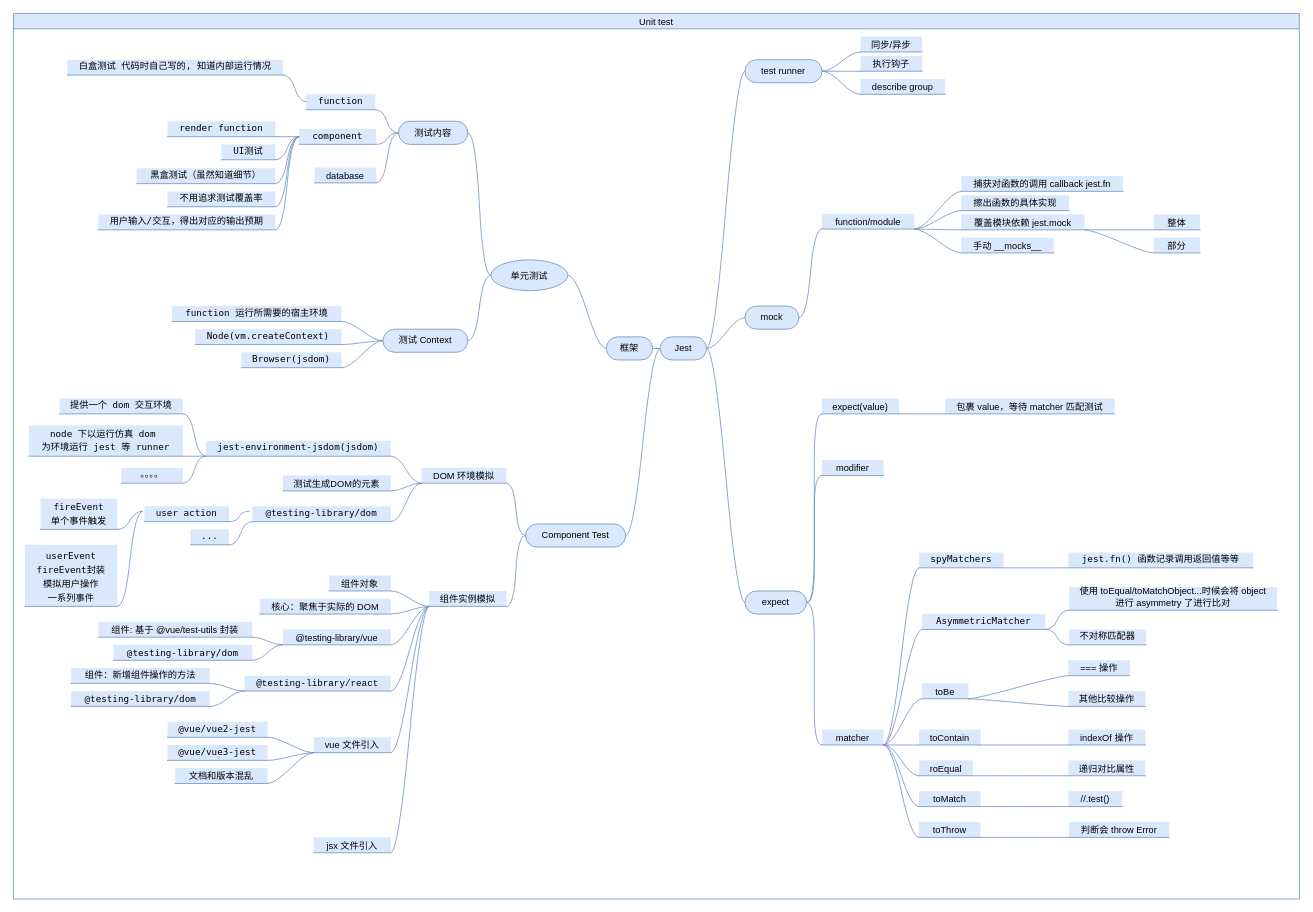
Before: page "unit test" (2 of 4) of code-test/test.drawio in NiLinli/learn-web, a draw.io diagram. Source tidied: cells renumbered, new cells numbered last; positions are measured from the earlier drawing's top-left corner, leaving out a move shared by most shapes. Both pictures are drawn from the tidied source at 77%, with x=0, y=0 at pixel (13, 13).
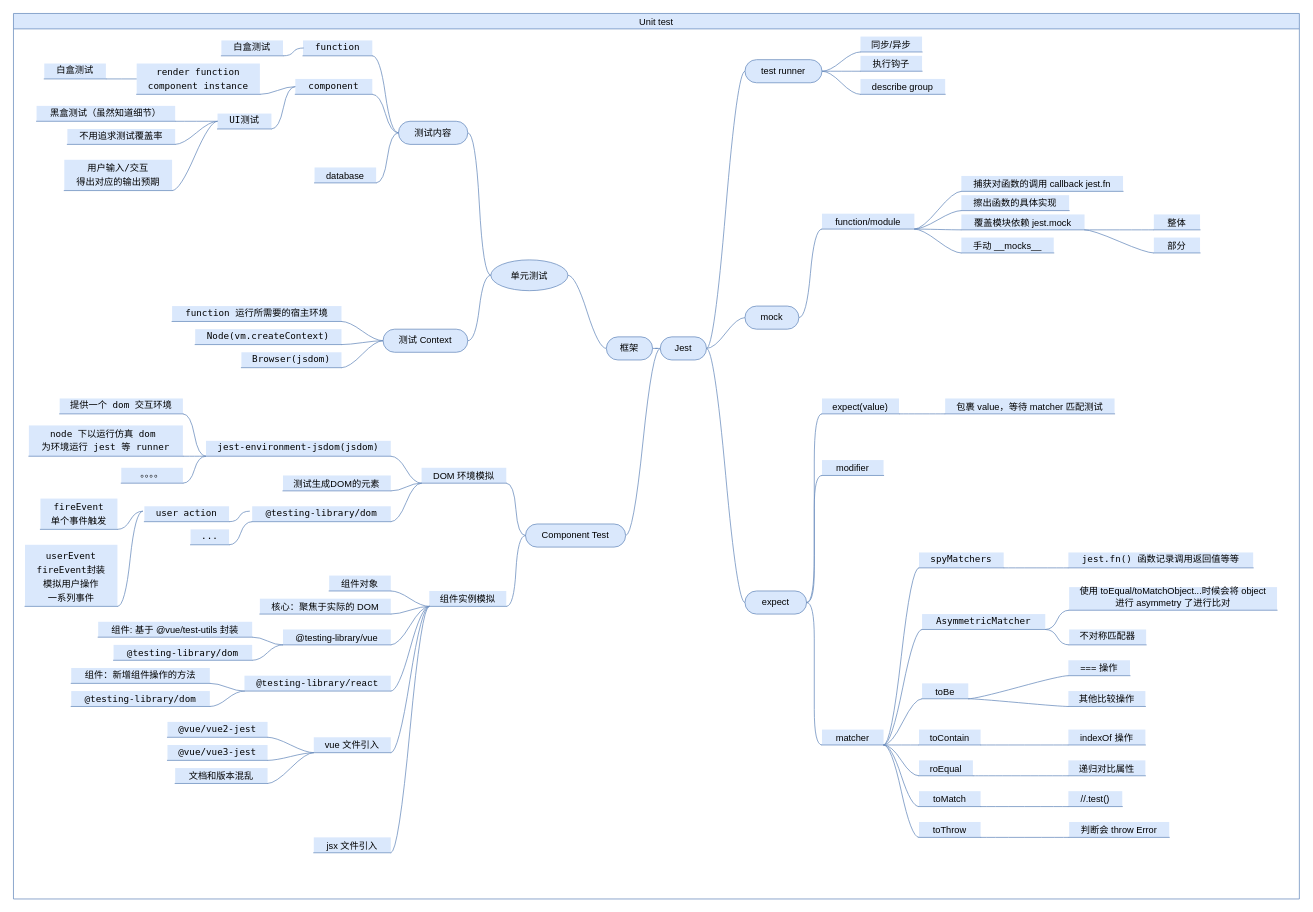
Above is the later version.

Unchanged cells that the change refers to:
```xml
<mxCell id="2" value="Unit test" style="swimlane;startSize=20;horizontal=1;containerType=tree;fillColor=#dae8fc;strokeColor=#6c8ebf;labelBackgroundColor=none;fontStyle=0;fontSize=12;fontColor=default;" parent="1" vertex="1">
  <mxGeometry width="1670" height="1150" as="geometry" />
</mxCell>
```

The edit, as a diff of the source:
```diff
@@
     <mxCell id="8" value="&lt;div style=&quot;font-family: menlo, monaco, &amp;quot;courier new&amp;quot;, monospace; line-height: 18px; font-size: 12px;&quot;&gt;function&lt;/div&gt;" style="whiteSpace=wrap;html=1;shape=partialRectangle;top=0;left=0;bottom=1;right=0;points=[[0,1],[1,1]];fillColor=#dae8fc;align=center;verticalAlign=bottom;routingCenterY=0.5;snapToPoint=1;newEdgeStyle={&quot;edgeStyle&quot;:&quot;entityRelationEdgeStyle&quot;,&quot;startArrow&quot;:&quot;none&quot;,&quot;endArrow&quot;:&quot;none&quot;,&quot;segment&quot;:10,&quot;curved&quot;:1};strokeColor=#6c8ebf;labelBackgroundColor=none;fontStyle=0;fontSize=12;fontColor=default;" parent="2" vertex="1">
-      <mxGeometry x="380" y="105" width="90" height="20" as="geometry" />
+      <mxGeometry x="376" y="35" width="90" height="20" as="geometry" />
     </mxCell>
@@
     <mxCell id="11" value="&lt;div style=&quot;font-family: menlo, monaco, &amp;quot;courier new&amp;quot;, monospace; line-height: 18px; font-size: 12px;&quot;&gt;component&lt;/div&gt;" style="whiteSpace=wrap;html=1;shape=partialRectangle;top=0;left=0;bottom=1;right=0;points=[[0,1],[1,1]];fillColor=#dae8fc;align=center;verticalAlign=bottom;routingCenterY=0.5;snapToPoint=1;newEdgeStyle={&quot;edgeStyle&quot;:&quot;entityRelationEdgeStyle&quot;,&quot;startArrow&quot;:&quot;none&quot;,&quot;endArrow&quot;:&quot;none&quot;,&quot;segment&quot;:10,&quot;curved&quot;:1};strokeColor=#6c8ebf;labelBackgroundColor=none;fontStyle=0;fontSize=12;fontColor=default;" parent="2" vertex="1">
-      <mxGeometry x="371" y="150" width="100" height="20" as="geometry" />
+      <mxGeometry x="366" y="85" width="100" height="20" as="geometry" />
     </mxCell>
@@
-    <mxCell id="53" value="&lt;div style=&quot;font-family: menlo, monaco, &amp;quot;courier new&amp;quot;, monospace; line-height: 18px; font-size: 12px;&quot;&gt;白盒测试 代码时自己写的, 知道内部运行情况&lt;br style=&quot;font-size: 12px;&quot;&gt;&lt;/div&gt;" style="whiteSpace=wrap;html=1;shape=partialRectangle;top=0;left=0;bottom=1;right=0;points=[[0,1],[1,1]];fillColor=#dae8fc;align=center;verticalAlign=bottom;routingCenterY=0.5;snapToPoint=1;newEdgeStyle={&quot;edgeStyle&quot;:&quot;entityRelationEdgeStyle&quot;,&quot;startArrow&quot;:&quot;none&quot;,&quot;endArrow&quot;:&quot;none&quot;,&quot;segment&quot;:10,&quot;curved&quot;:1};strokeColor=#6c8ebf;labelBackgroundColor=none;fontStyle=0;fontSize=12;fontColor=default;" parent="2" vertex="1">
-      <mxGeometry x="70" y="60" width="280" height="20" as="geometry" />
+    <mxCell id="53" value="&lt;div style=&quot;font-family: &amp;#34;menlo&amp;#34; , &amp;#34;monaco&amp;#34; , &amp;#34;courier new&amp;#34; , monospace ; line-height: 18px ; font-size: 12px&quot;&gt;白盒测试&lt;br style=&quot;font-size: 12px&quot;&gt;&lt;/div&gt;" style="whiteSpace=wrap;html=1;shape=partialRectangle;top=0;left=0;bottom=1;right=0;points=[[0,1],[1,1]];fillColor=#dae8fc;align=center;verticalAlign=bottom;routingCenterY=0.5;snapToPoint=1;newEdgeStyle={&quot;edgeStyle&quot;:&quot;entityRelationEdgeStyle&quot;,&quot;startArrow&quot;:&quot;none&quot;,&quot;endArrow&quot;:&quot;none&quot;,&quot;segment&quot;:10,&quot;curved&quot;:1};strokeColor=#6c8ebf;labelBackgroundColor=none;fontStyle=0;fontSize=12;fontColor=default;" parent="2" vertex="1">
+      <mxGeometry x="270" y="35" width="80" height="20" as="geometry" />
     </mxCell>
@@
-    <mxCell id="55" value="&lt;div style=&quot;font-family: menlo, monaco, &amp;quot;courier new&amp;quot;, monospace; line-height: 18px; font-size: 12px;&quot;&gt;render function&lt;/div&gt;" style="whiteSpace=wrap;html=1;shape=partialRectangle;top=0;left=0;bottom=1;right=0;points=[[0,1],[1,1]];fillColor=#dae8fc;align=center;verticalAlign=bottom;routingCenterY=0.5;snapToPoint=1;newEdgeStyle={&quot;edgeStyle&quot;:&quot;entityRelationEdgeStyle&quot;,&quot;startArrow&quot;:&quot;none&quot;,&quot;endArrow&quot;:&quot;none&quot;,&quot;segment&quot;:10,&quot;curved&quot;:1};strokeColor=#6c8ebf;labelBackgroundColor=none;fontStyle=0;fontSize=12;fontColor=default;" parent="2" vertex="1">
-      <mxGeometry x="200" y="140" width="140" height="20" as="geometry" />
+    <mxCell id="55" value="&lt;div style=&quot;font-family: &amp;#34;menlo&amp;#34; , &amp;#34;monaco&amp;#34; , &amp;#34;courier new&amp;#34; , monospace ; line-height: 18px ; font-size: 12px&quot;&gt;render function&lt;/div&gt;&lt;div style=&quot;font-family: &amp;#34;menlo&amp;#34; , &amp;#34;monaco&amp;#34; , &amp;#34;courier new&amp;#34; , monospace ; line-height: 18px ; font-size: 12px&quot;&gt;component instance&lt;/div&gt;" style="whiteSpace=wrap;html=1;shape=partialRectangle;top=0;left=0;bottom=1;right=0;points=[[0,1],[1,1]];fillColor=#dae8fc;align=center;verticalAlign=bottom;routingCenterY=0.5;snapToPoint=1;newEdgeStyle={&quot;edgeStyle&quot;:&quot;entityRelationEdgeStyle&quot;,&quot;startArrow&quot;:&quot;none&quot;,&quot;endArrow&quot;:&quot;none&quot;,&quot;segment&quot;:10,&quot;curved&quot;:1};strokeColor=#6c8ebf;labelBackgroundColor=none;fontStyle=0;fontSize=12;fontColor=default;" parent="2" vertex="1">
+      <mxGeometry x="160" y="65" width="160" height="40" as="geometry" />
     </mxCell>
-    <mxCell id="56" style="edgeStyle=entityRelationEdgeStyle;startArrow=none;endArrow=none;segment=10;curved=1;rounded=0;fillColor=#dae8fc;strokeColor=#6c8ebf;labelBackgroundColor=none;fontColor=default;fontStyle=0;exitX=0;exitY=0.5;exitDx=0;exitDy=0;fontSize=12;" parent="2" edge="1" source="11" target="57">
-      <mxGeometry relative="1" as="geometry" />
-    </mxCell>
-    <mxCell id="57" value="&lt;div style=&quot;font-family: &amp;quot;menlo&amp;quot; , &amp;quot;monaco&amp;quot; , &amp;quot;courier new&amp;quot; , monospace ; line-height: 18px ; font-size: 12px&quot;&gt;黑盒测试（虽然知道细节）&lt;/div&gt;" style="whiteSpace=wrap;html=1;shape=partialRectangle;top=0;left=0;bottom=1;right=0;points=[[0,1],[1,1]];fillColor=#dae8fc;align=center;verticalAlign=bottom;routingCenterY=0.5;snapToPoint=1;newEdgeStyle={&quot;edgeStyle&quot;:&quot;entityRelationEdgeStyle&quot;,&quot;startArrow&quot;:&quot;none&quot;,&quot;endArrow&quot;:&quot;none&quot;,&quot;segment&quot;:10,&quot;curved&quot;:1};strokeColor=#6c8ebf;labelBackgroundColor=none;fontStyle=0;fontSize=12;fontColor=default;" parent="2" vertex="1">
-      <mxGeometry x="160" y="201" width="180" height="20" as="geometry" />
-    </mxCell>
@@
-    <mxCell id="102" style="edgeStyle=entityRelationEdgeStyle;startArrow=none;endArrow=none;segment=10;curved=1;rounded=0;fillColor=#dae8fc;strokeColor=#6c8ebf;labelBackgroundColor=none;fontColor=default;fontStyle=0;exitX=0;exitY=0.5;exitDx=0;exitDy=0;fontSize=12;" parent="2" edge="1" source="11" target="103">
-      <mxGeometry relative="1" as="geometry" />
-    </mxCell>
-    <mxCell id="103" value="&lt;div style=&quot;font-family: &amp;quot;menlo&amp;quot; , &amp;quot;monaco&amp;quot; , &amp;quot;courier new&amp;quot; , monospace ; line-height: 18px ; font-size: 12px&quot;&gt;不用追求测试覆盖率&lt;/div&gt;" style="whiteSpace=wrap;html=1;shape=partialRectangle;top=0;left=0;bottom=1;right=0;points=[[0,1],[1,1]];fillColor=#dae8fc;align=center;verticalAlign=bottom;routingCenterY=0.5;snapToPoint=1;newEdgeStyle={&quot;edgeStyle&quot;:&quot;entityRelationEdgeStyle&quot;,&quot;startArrow&quot;:&quot;none&quot;,&quot;endArrow&quot;:&quot;none&quot;,&quot;segment&quot;:10,&quot;curved&quot;:1};strokeColor=#6c8ebf;labelBackgroundColor=none;fontStyle=0;fontSize=12;fontColor=default;" parent="2" vertex="1">
-      <mxGeometry x="200" y="231" width="140" height="20" as="geometry" />
-    </mxCell>
-    <mxCell id="104" style="edgeStyle=entityRelationEdgeStyle;startArrow=none;endArrow=none;segment=10;curved=1;rounded=0;fillColor=#dae8fc;strokeColor=#6c8ebf;labelBackgroundColor=none;fontColor=default;fontStyle=0;exitX=0;exitY=0.5;exitDx=0;exitDy=0;fontSize=12;" parent="2" edge="1" source="11" target="105">
-      <mxGeometry relative="1" as="geometry" />
-    </mxCell>
-    <mxCell id="105" value="&lt;div style=&quot;font-family: &amp;quot;menlo&amp;quot; , &amp;quot;monaco&amp;quot; , &amp;quot;courier new&amp;quot; , monospace ; line-height: 18px ; font-size: 12px&quot;&gt;用户输入/交互，得出对应的输出预期&lt;/div&gt;" style="whiteSpace=wrap;html=1;shape=partialRectangle;top=0;left=0;bottom=1;right=0;points=[[0,1],[1,1]];fillColor=#dae8fc;align=center;verticalAlign=bottom;routingCenterY=0.5;snapToPoint=1;newEdgeStyle={&quot;edgeStyle&quot;:&quot;entityRelationEdgeStyle&quot;,&quot;startArrow&quot;:&quot;none&quot;,&quot;endArrow&quot;:&quot;none&quot;,&quot;segment&quot;:10,&quot;curved&quot;:1};strokeColor=#6c8ebf;labelBackgroundColor=none;fontStyle=0;fontSize=12;fontColor=default;" parent="2" vertex="1">
-      <mxGeometry x="110" y="261" width="230" height="20" as="geometry" />
-    </mxCell>
@@
     <mxCell id="107" value="&lt;div style=&quot;font-family: &amp;quot;menlo&amp;quot; , &amp;quot;monaco&amp;quot; , &amp;quot;courier new&amp;quot; , monospace ; line-height: 18px ; font-size: 12px&quot;&gt;UI测试&lt;/div&gt;" style="whiteSpace=wrap;html=1;shape=partialRectangle;top=0;left=0;bottom=1;right=0;points=[[0,1],[1,1]];fillColor=#dae8fc;align=center;verticalAlign=bottom;routingCenterY=0.5;snapToPoint=1;newEdgeStyle={&quot;edgeStyle&quot;:&quot;entityRelationEdgeStyle&quot;,&quot;startArrow&quot;:&quot;none&quot;,&quot;endArrow&quot;:&quot;none&quot;,&quot;segment&quot;:10,&quot;curved&quot;:1};strokeColor=#6c8ebf;labelBackgroundColor=none;fontStyle=0;fontSize=12;fontColor=default;" parent="2" vertex="1">
-      <mxGeometry x="270" y="170" width="70" height="20" as="geometry" />
+      <mxGeometry x="265" y="130" width="70" height="20" as="geometry" />
     </mxCell>
@@
+    <mxCell id="154" style="edgeStyle=entityRelationEdgeStyle;startArrow=none;endArrow=none;segment=10;curved=1;rounded=0;fillColor=#dae8fc;strokeColor=#6c8ebf;labelBackgroundColor=none;fontColor=default;fontStyle=0;exitX=0;exitY=0.5;exitDx=0;exitDy=0;fontSize=12;" parent="2" edge="1" source="55" target="155">
+      <mxGeometry relative="1" as="geometry" />
+    </mxCell>
+    <mxCell id="155" value="&lt;div style=&quot;font-family: &amp;#34;menlo&amp;#34; , &amp;#34;monaco&amp;#34; , &amp;#34;courier new&amp;#34; , monospace ; line-height: 18px ; font-size: 12px&quot;&gt;白盒测试&lt;/div&gt;" style="whiteSpace=wrap;html=1;shape=partialRectangle;top=0;left=0;bottom=1;right=0;points=[[0,1],[1,1]];fillColor=#dae8fc;align=center;verticalAlign=bottom;routingCenterY=0.5;snapToPoint=1;newEdgeStyle={&quot;edgeStyle&quot;:&quot;entityRelationEdgeStyle&quot;,&quot;startArrow&quot;:&quot;none&quot;,&quot;endArrow&quot;:&quot;none&quot;,&quot;segment&quot;:10,&quot;curved&quot;:1};strokeColor=#6c8ebf;labelBackgroundColor=none;fontStyle=0;fontSize=12;fontColor=default;" parent="2" vertex="1">
+      <mxGeometry x="40" y="65" width="80" height="20" as="geometry" />
+    </mxCell>
+    <mxCell id="156" style="edgeStyle=entityRelationEdgeStyle;startArrow=none;endArrow=none;segment=10;curved=1;rounded=0;fillColor=#dae8fc;strokeColor=#6c8ebf;labelBackgroundColor=none;fontColor=default;fontStyle=0;exitX=0;exitY=0.5;exitDx=0;exitDy=0;fontSize=12;" parent="2" edge="1" source="107" target="57">
+      <mxGeometry relative="1" as="geometry" />
+    </mxCell>
+    <mxCell id="57" value="&lt;div style=&quot;font-family: &amp;#34;menlo&amp;#34; , &amp;#34;monaco&amp;#34; , &amp;#34;courier new&amp;#34; , monospace ; line-height: 18px ; font-size: 12px&quot;&gt;黑盒测试（虽然知道细节）&lt;br&gt;&lt;/div&gt;" style="whiteSpace=wrap;html=1;shape=partialRectangle;top=0;left=0;bottom=1;right=0;points=[[0,1],[1,1]];fillColor=#dae8fc;align=center;verticalAlign=bottom;routingCenterY=0.5;snapToPoint=1;newEdgeStyle={&quot;edgeStyle&quot;:&quot;entityRelationEdgeStyle&quot;,&quot;startArrow&quot;:&quot;none&quot;,&quot;endArrow&quot;:&quot;none&quot;,&quot;segment&quot;:10,&quot;curved&quot;:1};strokeColor=#6c8ebf;labelBackgroundColor=none;fontStyle=0;fontSize=12;fontColor=default;" parent="2" vertex="1">
+      <mxGeometry x="30" y="120" width="180" height="20" as="geometry" />
+    </mxCell>
+    <mxCell id="157" style="edgeStyle=entityRelationEdgeStyle;startArrow=none;endArrow=none;segment=10;curved=1;rounded=0;fillColor=#dae8fc;strokeColor=#6c8ebf;labelBackgroundColor=none;fontColor=default;fontStyle=0;exitX=0;exitY=0.5;exitDx=0;exitDy=0;fontSize=12;" parent="2" edge="1" source="107" target="103">
+      <mxGeometry relative="1" as="geometry" />
+    </mxCell>
+    <mxCell id="103" value="&lt;div style=&quot;font-family: &amp;#34;menlo&amp;#34; , &amp;#34;monaco&amp;#34; , &amp;#34;courier new&amp;#34; , monospace ; line-height: 18px ; font-size: 12px&quot;&gt;不用追求测试覆盖率&lt;br&gt;&lt;/div&gt;" style="whiteSpace=wrap;html=1;shape=partialRectangle;top=0;left=0;bottom=1;right=0;points=[[0,1],[1,1]];fillColor=#dae8fc;align=center;verticalAlign=bottom;routingCenterY=0.5;snapToPoint=1;newEdgeStyle={&quot;edgeStyle&quot;:&quot;entityRelationEdgeStyle&quot;,&quot;startArrow&quot;:&quot;none&quot;,&quot;endArrow&quot;:&quot;none&quot;,&quot;segment&quot;:10,&quot;curved&quot;:1};strokeColor=#6c8ebf;labelBackgroundColor=none;fontStyle=0;fontSize=12;fontColor=default;" parent="2" vertex="1">
+      <mxGeometry x="70" y="150" width="140" height="20" as="geometry" />
+    </mxCell>
+    <mxCell id="158" style="edgeStyle=entityRelationEdgeStyle;startArrow=none;endArrow=none;segment=10;curved=1;rounded=0;fillColor=#dae8fc;strokeColor=#6c8ebf;labelBackgroundColor=none;fontColor=default;fontStyle=0;exitX=0;exitY=0.5;exitDx=0;exitDy=0;fontSize=12;" parent="2" edge="1" source="107" target="159">
+      <mxGeometry relative="1" as="geometry" />
+    </mxCell>
+    <mxCell id="159" value="&lt;div style=&quot;font-family: &amp;#34;menlo&amp;#34; , &amp;#34;monaco&amp;#34; , &amp;#34;courier new&amp;#34; , monospace ; line-height: 18px ; font-size: 12px&quot;&gt;用户输入/交互&lt;/div&gt;&lt;div style=&quot;font-family: &amp;#34;menlo&amp;#34; , &amp;#34;monaco&amp;#34; , &amp;#34;courier new&amp;#34; , monospace ; line-height: 18px ; font-size: 12px&quot;&gt;得出对应的输出预期&lt;br&gt;&lt;/div&gt;" style="whiteSpace=wrap;html=1;shape=partialRectangle;top=0;left=0;bottom=1;right=0;points=[[0,1],[1,1]];fillColor=#dae8fc;align=center;verticalAlign=bottom;routingCenterY=0.5;snapToPoint=1;newEdgeStyle={&quot;edgeStyle&quot;:&quot;entityRelationEdgeStyle&quot;,&quot;startArrow&quot;:&quot;none&quot;,&quot;endArrow&quot;:&quot;none&quot;,&quot;segment&quot;:10,&quot;curved&quot;:1};strokeColor=#6c8ebf;labelBackgroundColor=none;fontStyle=0;fontSize=12;fontColor=default;" parent="2" vertex="1">
+      <mxGeometry x="66" y="190" width="140" height="40" as="geometry" />
+    </mxCell>
```
